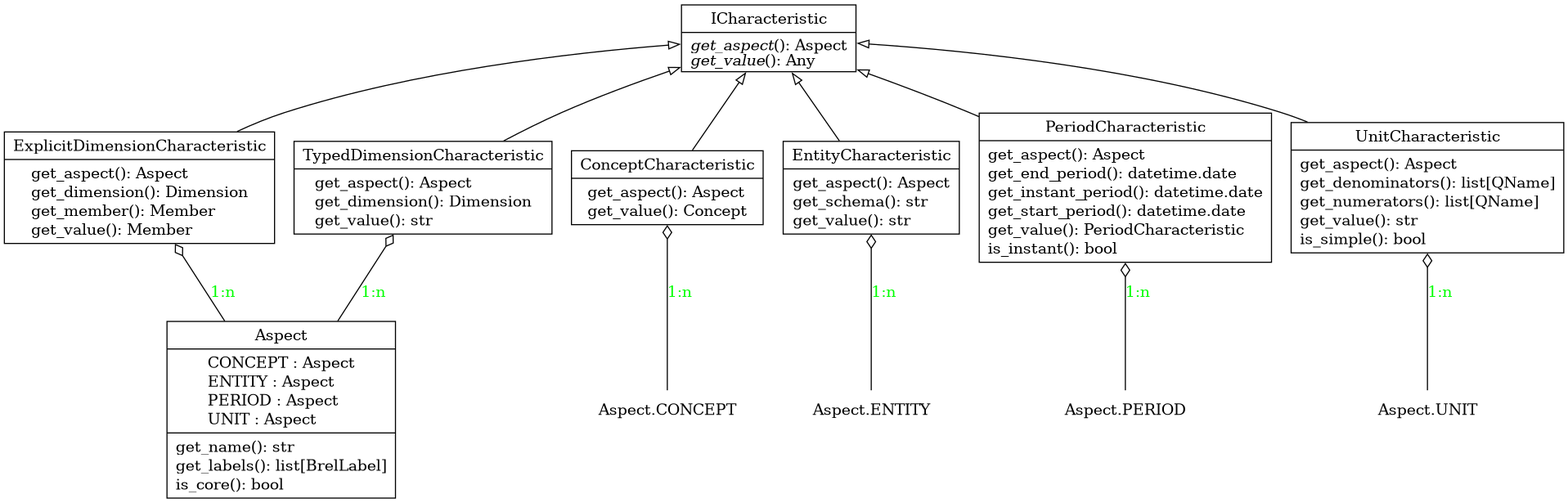
This is docs/thesis_latex/images/brel_characteristics_classes.png from BrelLibrary/brel, a Graphviz export, as it was before one commit. Its source is kept beside it as docs/thesis_latex/images/brel_characteristics_classes.dot. The source it was exported from:
```dot
digraph "classes_brel_report_elements" {
rankdir=BT
charset="utf-8"
"brel.characteristics.brel_aspect.Aspect" [color="black", fontcolor="black", label=<{
Aspect
|
CONCEPT : Aspect<br ALIGN="LEFT"/>
ENTITY : Aspect<br ALIGN="LEFT"/>
PERIOD : Aspect<br ALIGN="LEFT"/>
UNIT : Aspect<br ALIGN="LEFT"/>
|
get_name(): str<br ALIGN="LEFT"/>
get_labels(): list[BrelLabel]<br ALIGN="LEFT"/>
is_core(): bool<br ALIGN="LEFT"/>
}>, shape="record", style="solid"];

"brel.characteristics.concept_characteristic.ConceptCharacteristic" [color="black", fontcolor="black", label=<{
ConceptCharacteristic
|
get_aspect(): Aspect<br ALIGN="LEFT"/>
get_value(): Concept<br ALIGN="LEFT"/>
}>, shape="record", style="solid"];
"brel.characteristics.entity_characteristic.EntityCharacteristic" [color="black", fontcolor="black", label=<{
EntityCharacteristic
|
get_aspect(): Aspect<br ALIGN="LEFT"/>
get_schema(): str<br ALIGN="LEFT"/>
get_value(): str<br ALIGN="LEFT"/>
}>, shape="record", style="solid"];

"brel.characteristics.explicit_dimension_characteristic.ExplicitDimensionCharacteristic" [color="black", fontcolor="black", label=<{
ExplicitDimensionCharacteristic
|
get_aspect(): Aspect<br ALIGN="LEFT"/>
get_dimension(): Dimension<br ALIGN="LEFT"/>
get_member(): Member<br ALIGN="LEFT"/>
get_value(): Member<br ALIGN="LEFT"/>
}>, shape="record", style="solid"];

"brel.characteristics.i_characteristic.ICharacteristic" [color="black", fontcolor="black", label=<{
ICharacteristic
|<I>get_aspect</I>(): Aspect<br ALIGN="LEFT"/>
<I>get_value</I>(): Any<br ALIGN="LEFT"/>
}>, shape="record", style="solid"];

"brel.characteristics.period_characteristic.PeriodCharacteristic" [color="black", fontcolor="black", label=<{
PeriodCharacteristic
|
get_aspect(): Aspect<br ALIGN="LEFT"/>
get_end_period(): datetime.date<br ALIGN="LEFT"/>
get_instant_period(): datetime.date<br ALIGN="LEFT"/>
get_start_period(): datetime.date<br ALIGN="LEFT"/>
get_value(): PeriodCharacteristic<br ALIGN="LEFT"/>
is_instant(): bool<br ALIGN="LEFT"/>
}>, shape="record", style="solid"];

"brel.characteristics.typed_dimension_characteristic.TypedDimensionCharacteristic" [color="black", fontcolor="black", label=<{
TypedDimensionCharacteristic
|
get_aspect(): Aspect<br ALIGN="LEFT"/>
get_dimension(): Dimension<br ALIGN="LEFT"/>
get_value(): str<br ALIGN="LEFT"/>
}>, shape="record", style="solid"];

"brel.characteristics.unit_characteristic.UnitCharacteristic" [color="black", fontcolor="black", label=<{
UnitCharacteristic
|
get_aspect(): Aspect<br ALIGN="LEFT"/>
get_denominators(): list[QName]<br ALIGN="LEFT"/>
get_numerators(): list[QName]<br ALIGN="LEFT"/>
get_value(): str<br ALIGN="LEFT"/>
is_simple(): bool<br ALIGN="LEFT"/>
}>, shape="record", style="solid"];

"Aspect.CONCEPT" [color="black", fontcolor="black", label=<
Aspect.CONCEPT
>, shape="plaintext", style="solid"];

"Aspect.ENTITY" [color="black", fontcolor="black", label=<
Aspect.ENTITY
>, shape="plaintext", style="solid"];

"Aspect.PERIOD" [color="black", fontcolor="black", label=<
Aspect.PERIOD
>, shape="plaintext", style="solid"];

"Aspect.UNIT" [color="black", fontcolor="black", label=<
Aspect.UNIT
>, shape="plaintext", style="solid"];

"brel.characteristics.concept_characteristic.ConceptCharacteristic" -> "brel.characteristics.i_characteristic.ICharacteristic" [arrowhead="empty", arrowtail="none"];
"brel.characteristics.entity_characteristic.EntityCharacteristic" -> "brel.characteristics.i_characteristic.ICharacteristic" [arrowhead="empty", arrowtail="none"];
"brel.characteristics.explicit_dimension_characteristic.ExplicitDimensionCharacteristic" -> "brel.characteristics.i_characteristic.ICharacteristic" [arrowhead="empty", arrowtail="none"];
"brel.characteristics.period_characteristic.PeriodCharacteristic" -> "brel.characteristics.i_characteristic.ICharacteristic" [arrowhead="empty", arrowtail="none"];
"brel.characteristics.typed_dimension_characteristic.TypedDimensionCharacteristic" -> "brel.characteristics.i_characteristic.ICharacteristic" [arrowhead="empty", arrowtail="none"];
"brel.characteristics.unit_characteristic.UnitCharacteristic" -> "brel.characteristics.i_characteristic.ICharacteristic" [arrowhead="empty", arrowtail="none"];
"brel.characteristics.brel_aspect.Aspect" -> "brel.characteristics.explicit_dimension_characteristic.ExplicitDimensionCharacteristic" [arrowhead="odiamond", arrowtail="none", fontcolor="green", label="1:n", style="solid"];
"brel.characteristics.brel_aspect.Aspect" -> "brel.characteristics.typed_dimension_characteristic.TypedDimensionCharacteristic" [arrowhead="odiamond", arrowtail="none", fontcolor="green", label="1:n", style="solid"];

"Aspect.CONCEPT" -> "brel.characteristics.concept_characteristic.ConceptCharacteristic" [arrowhead="odiamond", arrowtail="none", fontcolor="green", label="1:n", style="solid"];
"Aspect.ENTITY" -> "brel.characteristics.entity_characteristic.EntityCharacteristic" [arrowhead="odiamond", arrowtail="none", fontcolor="green", label="1:n", style="solid"];
"Aspect.PERIOD" -> "brel.characteristics.period_characteristic.PeriodCharacteristic" [arrowhead="odiamond", arrowtail="none", fontcolor="green", label="1:n", style="solid"];
"Aspect.UNIT" -> "brel.characteristics.unit_characteristic.UnitCharacteristic" [arrowhead="odiamond", arrowtail="none", fontcolor="green", label="1:n", style="solid"];

}
```
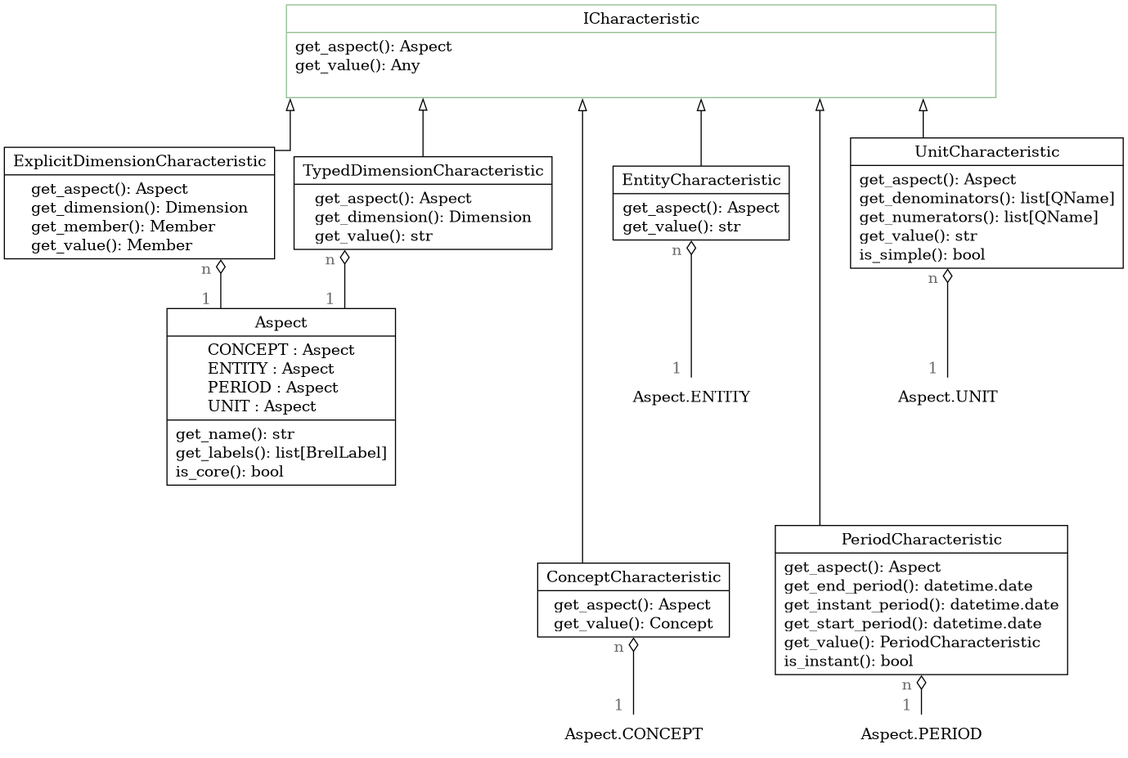
Above is the later version.

Change to the diagram source:
```diff
@@ -1,6 +1,7 @@
 digraph "classes_brel_report_elements" {
 rankdir=BT
 charset="utf-8"
+splines="ortho"
 "brel.characteristics.brel_aspect.Aspect" [color="black", fontcolor="black", label=<{
 Aspect
 |
@@ -24,7 +25,6 @@
 EntityCharacteristic
 |
 get_aspect(): Aspect<br ALIGN="LEFT"/>
-get_schema(): str<br ALIGN="LEFT"/>
 get_value(): str<br ALIGN="LEFT"/>
 }>, shape="record", style="solid"];
 
@@ -33,14 +33,14 @@
 |
 get_aspect(): Aspect<br ALIGN="LEFT"/>
 get_dimension(): Dimension<br ALIGN="LEFT"/>
-get_member(): Member<br ALIGN="LEFT"/>
 get_value(): Member<br ALIGN="LEFT"/>
 }>, shape="record", style="solid"];
 
-"brel.characteristics.i_characteristic.ICharacteristic" [color="black", fontcolor="black", label=<{
+"brel.characteristics.i_characteristic.ICharacteristic" [color="darkseagreen", fontcolor="black", label=<{
 ICharacteristic
-|<I>get_aspect</I>(): Aspect<br ALIGN="LEFT"/>
-<I>get_value</I>(): Any<br ALIGN="LEFT"/>
+|
+get_aspect(): Aspect<br ALIGN="LEFT"/>
+get_value(): Any<br ALIGN="LEFT"/>
 }>, shape="record", style="solid"];
 
 "brel.characteristics.period_characteristic.PeriodCharacteristic" [color="black", fontcolor="black", label=<{
@@ -69,7 +69,6 @@
 get_denominators(): list[QName]<br ALIGN="LEFT"/>
 get_numerators(): list[QName]<br ALIGN="LEFT"/>
 get_value(): str<br ALIGN="LEFT"/>
-is_simple(): bool<br ALIGN="LEFT"/>
 }>, shape="record", style="solid"];
 
 "Aspect.CONCEPT" [color="black", fontcolor="black", label=<
@@ -94,12 +93,17 @@
 "brel.characteristics.period_characteristic.PeriodCharacteristic" -> "brel.characteristics.i_characteristic.ICharacteristic" [arrowhead="empty", arrowtail="none"];
 "brel.characteristics.typed_dimension_characteristic.TypedDimensionCharacteristic" -> "brel.characteristics.i_characteristic.ICharacteristic" [arrowhead="empty", arrowtail="none"];
 "brel.characteristics.unit_characteristic.UnitCharacteristic" -> "brel.characteristics.i_characteristic.ICharacteristic" [arrowhead="empty", arrowtail="none"];
-"brel.characteristics.brel_aspect.Aspect" -> "brel.characteristics.explicit_dimension_characteristic.ExplicitDimensionCharacteristic" [arrowhead="odiamond", arrowtail="none", fontcolor="green", label="1:n", style="solid"];
-"brel.characteristics.brel_aspect.Aspect" -> "brel.characteristics.typed_dimension_characteristic.TypedDimensionCharacteristic" [arrowhead="odiamond", arrowtail="none", fontcolor="green", label="1:n", style="solid"];
 
-"Aspect.CONCEPT" -> "brel.characteristics.concept_characteristic.ConceptCharacteristic" [arrowhead="odiamond", arrowtail="none", fontcolor="green", label="1:n", style="solid"];
-"Aspect.ENTITY" -> "brel.characteristics.entity_characteristic.EntityCharacteristic" [arrowhead="odiamond", arrowtail="none", fontcolor="green", label="1:n", style="solid"];
-"Aspect.PERIOD" -> "brel.characteristics.period_characteristic.PeriodCharacteristic" [arrowhead="odiamond", arrowtail="none", fontcolor="green", label="1:n", style="solid"];
-"Aspect.UNIT" -> "brel.characteristics.unit_characteristic.UnitCharacteristic" [arrowhead="odiamond", arrowtail="none", fontcolor="green", label="1:n", style="solid"];
+"brel.characteristics.brel_aspect.Aspect" -> "brel.characteristics.explicit_dimension_characteristic.ExplicitDimensionCharacteristic" [arrowhead="odiamond", arrowtail="none", fontcolor="dimgrey", headlabel="n  ", taillabel="1  ", style="solid"];
+"brel.characteristics.brel_aspect.Aspect" -> "brel.characteristics.typed_dimension_characteristic.TypedDimensionCharacteristic" [arrowhead="odiamond", arrowtail="none", fontcolor="dimgrey", headlabel="n  ", taillabel="1  ", style="solid"];
+
+"Aspect.CONCEPT" -> "brel.characteristics.concept_characteristic.ConceptCharacteristic" [arrowhead="odiamond", arrowtail="none", fontcolor="dimgrey", headlabel="n  ", taillabel="1  ", style="solid"];
+"Aspect.ENTITY" -> "brel.characteristics.entity_characteristic.EntityCharacteristic" [arrowhead="odiamond", arrowtail="none", fontcolor="dimgrey", headlabel="n  ", taillabel="1  ", style="solid"];
+"Aspect.PERIOD" -> "brel.characteristics.period_characteristic.PeriodCharacteristic" [arrowhead="odiamond", arrowtail="none", fontcolor="dimgrey", headlabel="n  ", taillabel="1  ", style="solid"];
+"Aspect.UNIT" -> "brel.characteristics.unit_characteristic.UnitCharacteristic" [arrowhead="odiamond", arrowtail="none", fontcolor="dimgrey", headlabel="n  ", taillabel="1  ", style="solid"];
+
+
+"brel.characteristics.concept_characteristic.ConceptCharacteristic" -> "Aspect.ENTITY" [arrowhead="empty", arrowtail="none", color="red", style="invis"];
+"brel.characteristics.period_characteristic.PeriodCharacteristic" -> "Aspect.UNIT" [arrowhead="empty", arrowtail="none", color="red", style="invis"];
 
 }
```
